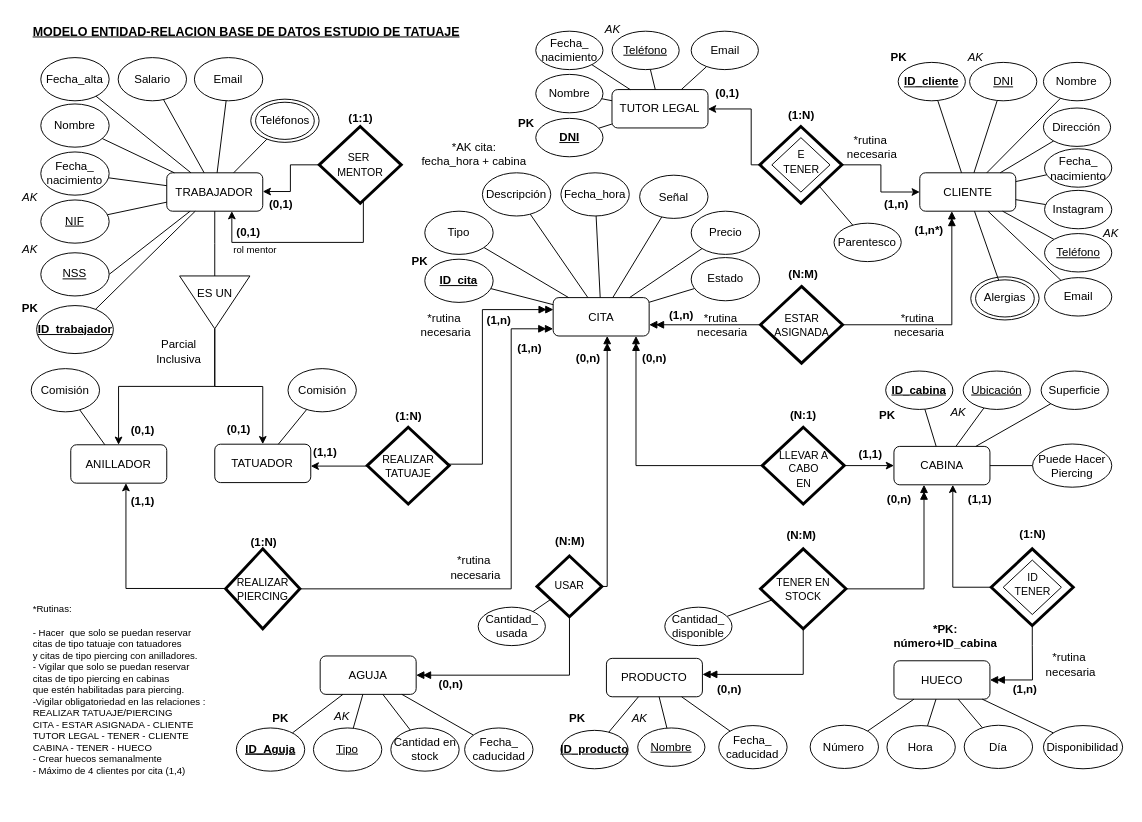
The draw.io diagram diagrama/Diagrama Entidad-Relacion Estudio Tattoo v2.drawio in yelkov/BBDD-estudio-tattoo, before the edit. Source tidied: cells renumbered, new cells numbered last; positions are measured from the earlier drawing's top-left corner, leaving out a move shared by most shapes. Both pictures are drawn from the tidied source at 96%, with x=0, y=0 at pixel (15, 16).
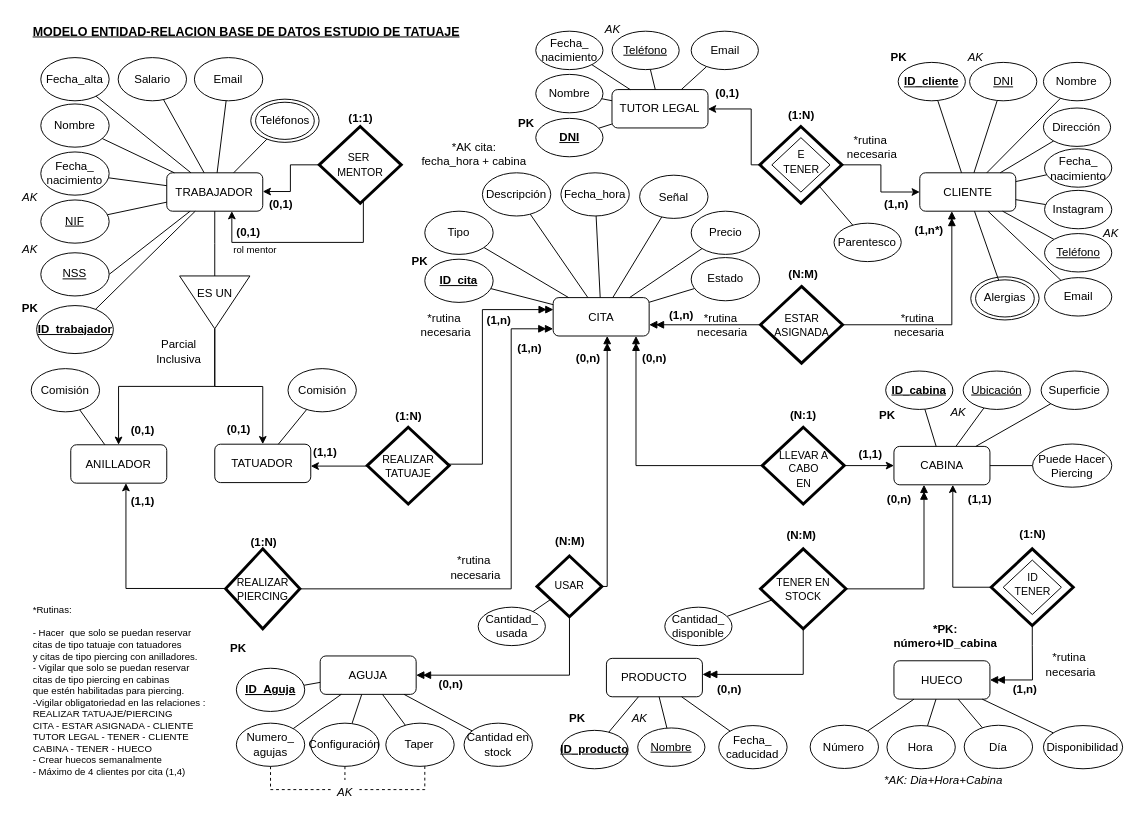
Above is the later version.

The change refers to these unchanged cells:
```xml
<mxCell id="33" value="AGUJA" style="rounded=1;whiteSpace=wrap;html=1;" parent="1" vertex="1">
  <mxGeometry x="317" y="665.8" width="100" height="40" as="geometry" />
</mxCell>
```

The edit, as a diff of the source:
```diff
@@
+    <mxCell id="208" style="rounded=0;jettySize=auto;html=1;endArrow=none;endFill=0;" parent="1" edge="1" source="33" target="213">
+      <mxGeometry relative="1" as="geometry" />
+    </mxCell>
@@
     <mxCell id="97" value="&lt;b&gt;&lt;u&gt;ID_Aguja&lt;/u&gt;&lt;/b&gt;" style="ellipse;whiteSpace=wrap;html=1;fontStyle=5;" parent="1" vertex="1">
-      <mxGeometry x="229.7" y="740.8" width="71.2" height="45" as="geometry" />
+      <mxGeometry x="229.7" y="678.6" width="71.2" height="45" as="geometry" />
     </mxCell>
-    <mxCell id="98" style="edgeStyle=none;rounded=0;jettySize=auto;html=1;endArrow=none;endFill=0;" parent="1" edge="1" source="110" target="33">
+    <mxCell id="98" style="edgeStyle=none;rounded=0;jettySize=auto;html=1;endArrow=none;endFill=0;" parent="1" edge="1" source="211" target="33">
       <mxGeometry relative="1" as="geometry" />
     </mxCell>
@@
     <mxCell id="102" value="Cantidad en stock" style="ellipse;whiteSpace=wrap;html=1;" parent="1" vertex="1">
-      <mxGeometry x="390.6" y="740.8" width="71.2" height="45" as="geometry" />
+      <mxGeometry x="466.9" y="735.8" width="71.2" height="45" as="geometry" />
     </mxCell>
@@
-    <mxCell id="110" value="&lt;u&gt;Tipo&lt;/u&gt;" style="ellipse;whiteSpace=wrap;html=1;" parent="1" vertex="1">
-      <mxGeometry x="310" y="740.8" width="71.2" height="45" as="geometry" />
-    </mxCell>
@@
     <mxCell id="120" value="&lt;i style=&quot;&quot;&gt;AK&lt;/i&gt;" style="text;html=1;align=center;verticalAlign=middle;whiteSpace=wrap;rounded=0;" parent="1" vertex="1">
-      <mxGeometry x="324.7" y="716.1" width="30" height="25" as="geometry" />
+      <mxGeometry x="327.9" y="795" width="30" height="25" as="geometry" />
     </mxCell>
@@
     <mxCell id="127" value="&lt;b&gt;PK&lt;/b&gt;" style="text;html=1;align=center;verticalAlign=middle;whiteSpace=wrap;rounded=0;" parent="1" vertex="1">
-      <mxGeometry x="261" y="718.3" width="30" height="25" as="geometry" />
+      <mxGeometry x="217.2" y="645.8" width="30" height="25" as="geometry" />
     </mxCell>
@@
     <mxCell id="135" value="&lt;br&gt;&lt;div style=&quot;font-size: 10px;&quot;&gt;&lt;font style=&quot;font-size: 10px;&quot;&gt;&lt;br style=&quot;font-size: 10px;&quot;&gt;&lt;/font&gt;&lt;div style=&quot;font-size: 10px;&quot;&gt;&lt;font style=&quot;font-size: 10px;&quot;&gt;*Rutinas:&lt;/font&gt;&lt;/div&gt;&lt;div style=&quot;font-size: 10px;&quot;&gt;&lt;font style=&quot;font-size: 10px;&quot;&gt;&lt;br style=&quot;font-size: 10px;&quot;&gt;&lt;/font&gt;&lt;div style=&quot;font-size: 10px;&quot;&gt;&lt;div style=&quot;font-size: 10px;&quot;&gt;&lt;div style=&quot;font-size: 10px;&quot;&gt;&lt;font style=&quot;font-size: 10px;&quot;&gt;- Hacer&amp;nbsp; que solo se puedan reservar&amp;nbsp;&lt;/font&gt;&lt;/div&gt;&lt;div style=&quot;font-size: 10px;&quot;&gt;&lt;font style=&quot;font-size: 10px;&quot;&gt;citas de tipo tatuaje con tatuadores&lt;/font&gt;&lt;/div&gt;&lt;div style=&quot;font-size: 10px;&quot;&gt;&lt;font style=&quot;font-size: 10px;&quot;&gt;y citas de tipo piercing con anilladores.&amp;nbsp;&lt;/font&gt;&lt;/div&gt;&lt;/div&gt;&lt;div style=&quot;font-size: 10px;&quot;&gt;&lt;font style=&quot;font-size: 10px;&quot;&gt;- Vigilar que solo se puedan reservar&amp;nbsp;&lt;/font&gt;&lt;/div&gt;&lt;div style=&quot;font-size: 10px;&quot;&gt;&lt;font style=&quot;font-size: 10px;&quot;&gt;citas de tipo piercing en cabinas&amp;nbsp;&lt;/font&gt;&lt;/div&gt;&lt;div style=&quot;font-size: 10px;&quot;&gt;&lt;span style=&quot;background-color: initial;&quot;&gt;que estén habilitadas para piercing.&lt;/span&gt;&lt;/div&gt;&lt;div style=&quot;font-size: 10px;&quot;&gt;&lt;font style=&quot;font-size: 10px;&quot;&gt;-Vigilar obligatoriedad en las relaciones :&amp;nbsp;&lt;/font&gt;&lt;/div&gt;&lt;div style=&quot;font-size: 10px;&quot;&gt;&lt;font style=&quot;font-size: 10px;&quot;&gt;REALIZAR TATUAJE/PIERCING&lt;/font&gt;&lt;/div&gt;&lt;div style=&quot;font-size: 10px;&quot;&gt;&lt;font style=&quot;font-size: 10px;&quot;&gt;CITA - ESTAR ASIGNADA - CLIENTE&lt;/font&gt;&lt;/div&gt;&lt;div style=&quot;font-size: 10px;&quot;&gt;TUTOR LEGAL - TENER - CLIENTE&lt;/div&gt;&lt;div style=&quot;font-size: 10px;&quot;&gt;CABINA - TENER - HUECO&lt;/div&gt;&lt;div style=&quot;font-size: 10px;&quot;&gt;- Crear huecos semanalmente&lt;/div&gt;&lt;div style=&quot;font-size: 10px;&quot;&gt;- Máximo de 4 clientes por cita (1,4)&lt;/div&gt;&lt;div style=&quot;font-size: 10px;&quot;&gt;&lt;br&gt;&lt;/div&gt;&lt;div style=&quot;font-size: 10px;&quot;&gt;&lt;br style=&quot;font-size: 10px;&quot;&gt;&lt;/div&gt;&lt;/div&gt;&lt;/div&gt;&lt;/div&gt;" style="text;html=1;align=left;verticalAlign=middle;strokeColor=none;fillColor=none;fontSize=10;" parent="1" vertex="1">
-      <mxGeometry x="16" y="581.1" width="210" height="240" as="geometry" />
+      <mxGeometry x="16" y="582" width="210" height="240" as="geometry" />
     </mxCell>
@@
+    <mxCell id="209" style="edgeStyle=orthogonalEdgeStyle;rounded=0;jettySize=auto;html=1;dashed=1;endArrow=none;endFill=0;" parent="1" edge="1" source="139" target="120">
+      <mxGeometry relative="1" as="geometry">
+        <Array as="points">
+          <mxPoint x="426" y="805" />
+        </Array>
+      </mxGeometry>
+    </mxCell>
-    <mxCell id="139" value="Fecha_&lt;div&gt;caducidad&lt;/div&gt;" style="ellipse;whiteSpace=wrap;html=1;" parent="1" vertex="1">
-      <mxGeometry x="467.5" y="740.8" width="71.2" height="45" as="geometry" />
+    <mxCell id="139" value="Taper" style="ellipse;whiteSpace=wrap;html=1;" parent="1" vertex="1">
+      <mxGeometry x="385.4" y="735.8" width="71.2" height="45" as="geometry" />
     </mxCell>
@@
+    <mxCell id="210" style="edgeStyle=orthogonalEdgeStyle;rounded=0;jettySize=auto;html=1;dashed=1;endArrow=none;endFill=0;" parent="1" edge="1" source="211" target="120">
+      <mxGeometry relative="1" as="geometry">
+        <Array as="points">
+          <mxPoint x="265" y="805" />
+        </Array>
+      </mxGeometry>
+    </mxCell>
+    <mxCell id="211" value="Numero_&lt;div&gt;agujas&lt;/div&gt;" style="ellipse;whiteSpace=wrap;html=1;" parent="1" vertex="1">
+      <mxGeometry x="229.7" y="735.8" width="71.2" height="45" as="geometry" />
+    </mxCell>
+    <mxCell id="212" style="rounded=0;jettySize=auto;html=1;endArrow=none;endFill=0;edgeStyle=orthogonalEdgeStyle;dashed=1;" parent="1" edge="1" source="213" target="120">
+      <mxGeometry relative="1" as="geometry">
+        <Array as="points">
+          <mxPoint x="346" y="801" />
+        </Array>
+      </mxGeometry>
+    </mxCell>
+    <mxCell id="213" value="Configuración" style="ellipse;whiteSpace=wrap;html=1;" parent="1" vertex="1">
+      <mxGeometry x="307.2" y="735.8" width="71.2" height="45" as="geometry" />
+    </mxCell>
+    <mxCell id="214" value="&lt;i style=&quot;&quot;&gt;*AK: Dia+Hora+Cabina&lt;/i&gt;" style="text;html=1;align=center;verticalAlign=middle;whiteSpace=wrap;rounded=0;" parent="1" vertex="1">
+      <mxGeometry x="902.9" y="783.3" width="127.3" height="25" as="geometry" />
+    </mxCell>
```
